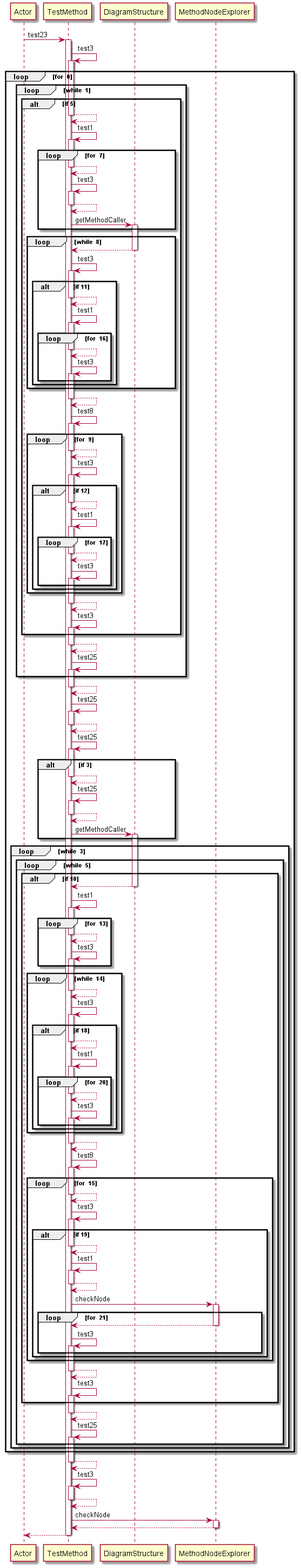
The PlantUML diagram Diagrams/BLOCK/test23.png in manucapo/Gardener, before a commit.
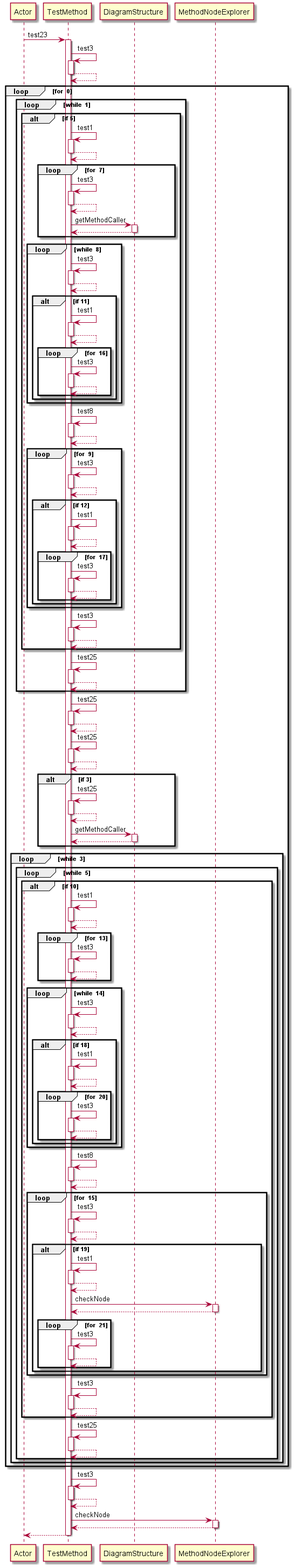
After the change.

Change to the diagram source:
```diff
@@ -4,162 +4,162 @@
 activate TestMethod
 TestMethod -> TestMethod: test3
 activate TestMethod
+TestMethod-->TestMethod
+deactivate TestMethod
 loop for  0
 loop while  1
 alt if 5
+TestMethod -> TestMethod: test1
+activate TestMethod
 TestMethod-->TestMethod
 deactivate TestMethod
-TestMethod -> TestMethod: test1
-activate TestMethod
 loop for  7
-TestMethod-->TestMethod
-deactivate TestMethod
 TestMethod -> TestMethod: test3
 activate TestMethod
 TestMethod-->TestMethod
 deactivate TestMethod
 TestMethod -> DiagramStructure: getMethodCaller
 activate DiagramStructure
+DiagramStructure-->TestMethod
+deactivate DiagramStructure
 end
 loop while  8
-DiagramStructure-->TestMethod
-deactivate DiagramStructure
 TestMethod -> TestMethod: test3
 activate TestMethod
-alt if 11
 TestMethod-->TestMethod
 deactivate TestMethod
+alt if 11
 TestMethod -> TestMethod: test1
 activate TestMethod
-loop for  16
 TestMethod-->TestMethod
 deactivate TestMethod
+loop for  16
 TestMethod -> TestMethod: test3
 activate TestMethod
+TestMethod-->TestMethod
+deactivate TestMethod
 end
 end
 end
+TestMethod -> TestMethod: test8
+activate TestMethod
 TestMethod-->TestMethod
 deactivate TestMethod
-TestMethod -> TestMethod: test8
+loop for  9
+TestMethod -> TestMethod: test3
 activate TestMethod
-loop for  9
 TestMethod-->TestMethod
 deactivate TestMethod
+alt if 12
+TestMethod -> TestMethod: test1
+activate TestMethod
+TestMethod-->TestMethod
+deactivate TestMethod
+loop for  17
 TestMethod -> TestMethod: test3
 activate TestMethod
-alt if 12
 TestMethod-->TestMethod
 deactivate TestMethod
-TestMethod -> TestMethod: test1
-activate TestMethod
-loop for  17
-TestMethod-->TestMethod
-deactivate TestMethod
-TestMethod -> TestMethod: test3
-activate TestMethod
 end
 end
 end
+TestMethod -> TestMethod: test3
+activate TestMethod
 TestMethod-->TestMethod
 deactivate TestMethod
-TestMethod -> TestMethod: test3
+end
+TestMethod -> TestMethod: test25
 activate TestMethod
-end
 TestMethod-->TestMethod
 deactivate TestMethod
+end
 TestMethod -> TestMethod: test25
 activate TestMethod
-end
 TestMethod-->TestMethod
 deactivate TestMethod
 TestMethod -> TestMethod: test25
 activate TestMethod
 TestMethod-->TestMethod
 deactivate TestMethod
-TestMethod -> TestMethod: test25
-activate TestMethod
 alt if 3
-TestMethod-->TestMethod
-deactivate TestMethod
 TestMethod -> TestMethod: test25
 activate TestMethod
 TestMethod-->TestMethod
 deactivate TestMethod
 TestMethod -> DiagramStructure: getMethodCaller
 activate DiagramStructure
+DiagramStructure-->TestMethod
+deactivate DiagramStructure
 end
 loop while  3
 loop while  5
 alt if 10
-DiagramStructure-->TestMethod
-deactivate DiagramStructure
 TestMethod -> TestMethod: test1
 activate TestMethod
-loop for  13
 TestMethod-->TestMethod
 deactivate TestMethod
+loop for  13
 TestMethod -> TestMethod: test3
 activate TestMethod
+TestMethod-->TestMethod
+deactivate TestMethod
 end
 loop while  14
+TestMethod -> TestMethod: test3
+activate TestMethod
 TestMethod-->TestMethod
 deactivate TestMethod
+alt if 18
+TestMethod -> TestMethod: test1
+activate TestMethod
+TestMethod-->TestMethod
+deactivate TestMethod
+loop for  20
 TestMethod -> TestMethod: test3
 activate TestMethod
-alt if 18
 TestMethod-->TestMethod
 deactivate TestMethod
-TestMethod -> TestMethod: test1
-activate TestMethod
-loop for  20
-TestMethod-->TestMethod
-deactivate TestMethod
-TestMethod -> TestMethod: test3
-activate TestMethod
 end
 end
 end
+TestMethod -> TestMethod: test8
+activate TestMethod
 TestMethod-->TestMethod
 deactivate TestMethod
-TestMethod -> TestMethod: test8
+loop for  15
+TestMethod -> TestMethod: test3
 activate TestMethod
-loop for  15
 TestMethod-->TestMethod
 deactivate TestMethod
-TestMethod -> TestMethod: test3
-activate TestMethod
 alt if 19
-TestMethod-->TestMethod
-deactivate TestMethod
 TestMethod -> TestMethod: test1
 activate TestMethod
 TestMethod-->TestMethod
 deactivate TestMethod
 TestMethod -> MethodNodeExplorer: checkNode
 activate MethodNodeExplorer
-loop for  21
 MethodNodeExplorer-->TestMethod
 deactivate MethodNodeExplorer
+loop for  21
 TestMethod -> TestMethod: test3
 activate TestMethod
+TestMethod-->TestMethod
+deactivate TestMethod
 end
 end
 end
+TestMethod -> TestMethod: test3
+activate TestMethod
 TestMethod-->TestMethod
 deactivate TestMethod
-TestMethod -> TestMethod: test3
+end
+TestMethod -> TestMethod: test25
 activate TestMethod
-end
 TestMethod-->TestMethod
 deactivate TestMethod
-TestMethod -> TestMethod: test25
-activate TestMethod
 end
 end
 end
-TestMethod-->TestMethod
-deactivate TestMethod
 TestMethod -> TestMethod: test3
 activate TestMethod
 TestMethod-->TestMethod
```
